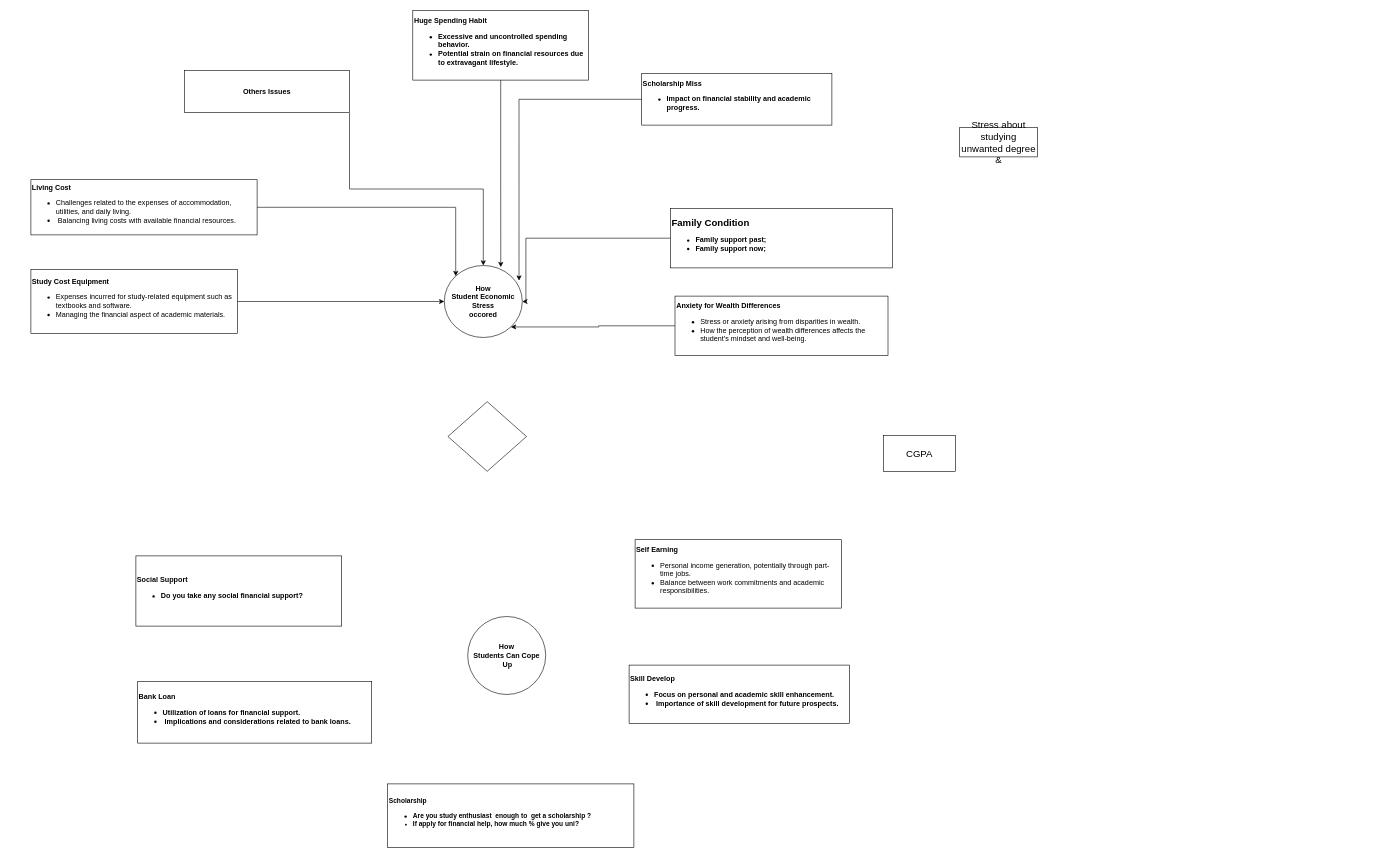
axif0/thesis keeps this draw.io diagram as thesis.drawio. Above is the earlier version. Source tidied: cells renumbered, new cells numbered last; positions are measured from the earlier drawing's top-left corner, leaving out a move shared by most shapes. Both pictures are drawn from the tidied source at 60%, with x=0, y=0 at pixel (31, 10).
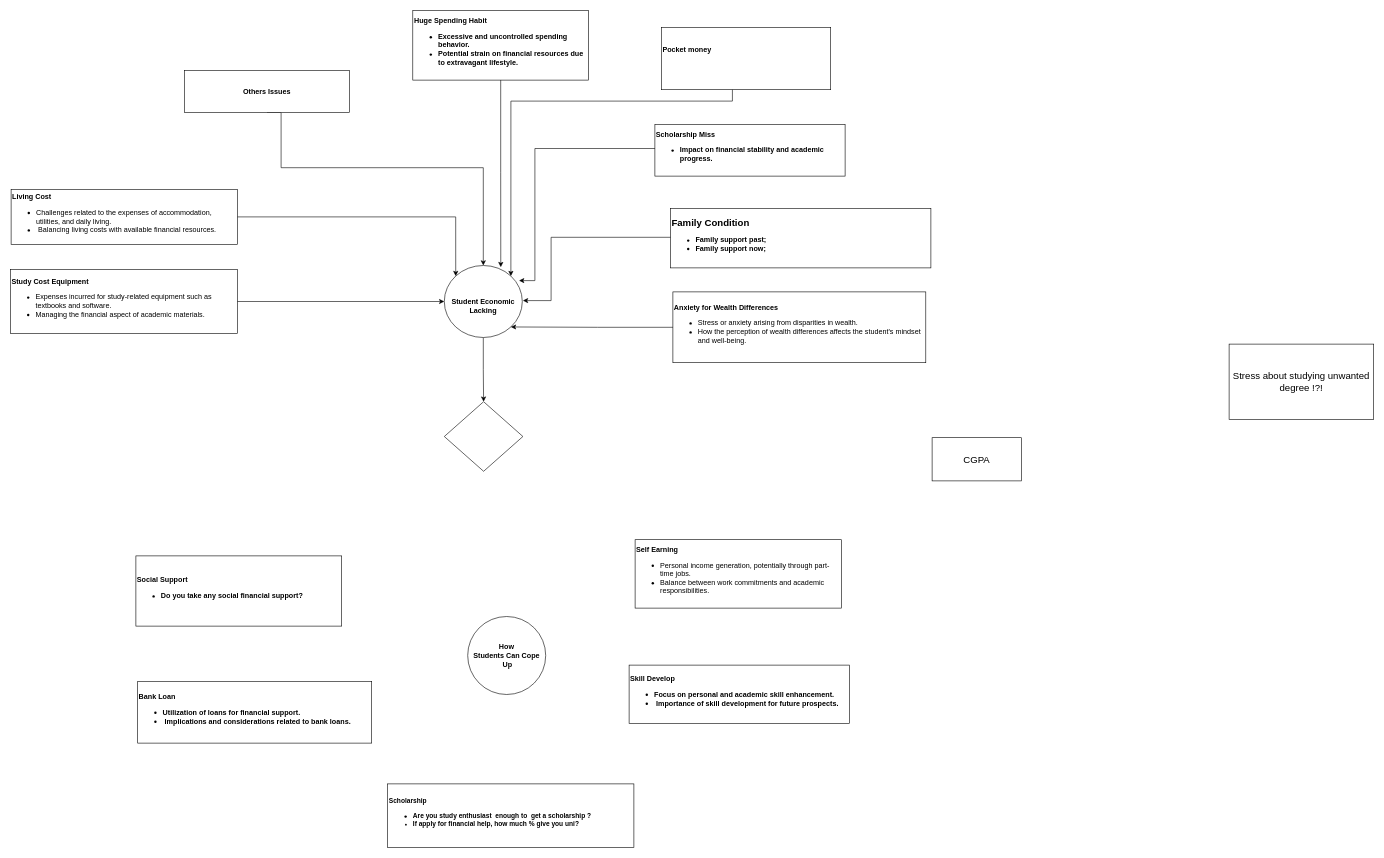
The same diagram, later.

The change refers to these unchanged cells:
```xml
<mxCell id="4" value="&lt;b&gt;Others Issues&lt;/b&gt;" style="rounded=0;whiteSpace=wrap;html=1;" parent="1" vertex="1">
  <mxGeometry x="256" y="100" width="275" height="70" as="geometry" />
</mxCell>
```

Change to the diagram source:
```diff
@@
+    <mxCell id="26" style="edgeStyle=orthogonalEdgeStyle;rounded=0;jettySize=auto;html=1;entryX=0.5;entryY=0;entryDx=0;entryDy=0;" parent="1" edge="1" source="2" target="20">
+      <mxGeometry relative="1" as="geometry" />
+    </mxCell>
-    <mxCell id="2" value="&lt;b&gt;How&lt;br&gt;Student Economic Stress&lt;br&gt;occored&lt;br&gt;&lt;/b&gt;" style="ellipse;whiteSpace=wrap;html=1;" parent="1" vertex="1">
+    <mxCell id="2" value="&lt;b&gt;&lt;br&gt;Student Economic Lacking&lt;br&gt;&lt;/b&gt;" style="ellipse;whiteSpace=wrap;html=1;" parent="1" vertex="1">
       <mxGeometry x="689" y="425" width="130" height="120" as="geometry" />
     </mxCell>
-    <mxCell id="3" style="edgeStyle=orthogonalEdgeStyle;rounded=0;jettySize=auto;html=1;exitX=1;exitY=1;exitDx=0;exitDy=0;" parent="1" edge="1" source="4" target="2">
-      <mxGeometry relative="1" as="geometry" />
+    <mxCell id="3" style="edgeStyle=orthogonalEdgeStyle;rounded=0;jettySize=auto;html=1;exitX=0.5;exitY=1;exitDx=0;exitDy=0;" parent="1" edge="1" source="4" target="2">
+      <mxGeometry relative="1" as="geometry">
+        <Array as="points">
+          <mxPoint x="417" y="170" />
+          <mxPoint x="417" y="262" />
+          <mxPoint x="754" y="262" />
+        </Array>
+      </mxGeometry>
     </mxCell>
@@
     <mxCell id="6" value="&lt;b&gt;Scholarship Miss&lt;/b&gt;&lt;br&gt;&lt;ul&gt;&lt;li&gt;&lt;b&gt;Impact on financial stability and academic progress.&lt;/b&gt;&lt;/li&gt;&lt;/ul&gt;" style="rounded=0;whiteSpace=wrap;html=1;align=left;" parent="1" vertex="1">
-      <mxGeometry x="1018" y="105" width="317" height="86" as="geometry" />
+      <mxGeometry x="1040" y="190" width="317" height="86" as="geometry" />
     </mxCell>
@@
     <mxCell id="8" value="&lt;b&gt;Living Cost&lt;/b&gt;&lt;br&gt;&lt;ul&gt;&lt;li&gt;Challenges related to the expenses of accommodation, utilities, and daily living.&lt;/li&gt;&lt;li&gt;&amp;nbsp;Balancing living costs with available financial resources.&lt;/li&gt;&lt;/ul&gt;" style="rounded=0;whiteSpace=wrap;html=1;align=left;" parent="1" vertex="1">
-      <mxGeometry y="282" width="377" height="92" as="geometry" />
+      <mxGeometry x="-33" y="298" width="377" height="92" as="geometry" />
     </mxCell>
-    <mxCell id="9" style="edgeStyle=orthogonalEdgeStyle;rounded=0;jettySize=auto;html=1;" parent="1" edge="1" source="10" target="2">
+    <mxCell id="9" style="edgeStyle=orthogonalEdgeStyle;rounded=0;orthogonalLoop=1;jettySize=auto;html=1;" parent="1" edge="1">
       <mxGeometry relative="1" as="geometry">
+        <mxPoint x="1067" y="378" as="sourcePoint" />
+        <mxPoint x="820" y="483.5" as="targetPoint" />
         <Array as="points">
-          <mxPoint x="825" y="380" />
-          <mxPoint x="825" y="485" />
+          <mxPoint x="867" y="378" />
+          <mxPoint x="867" y="484" />
         </Array>
       </mxGeometry>
     </mxCell>
     <mxCell id="10" value="&lt;b style=&quot;&quot;&gt;&lt;span style=&quot;font-size: 16px;&quot;&gt;Family Condition&amp;nbsp;&lt;/span&gt;&lt;br&gt;&lt;ul&gt;&lt;li&gt;&lt;span style=&quot;background-color: transparent; font-family: Arial, sans-serif;&quot;&gt;Family support past;&amp;nbsp;&lt;/span&gt;&lt;br&gt;&lt;/li&gt;&lt;li&gt;&lt;span style=&quot;font-family: Arial, sans-serif; background-color: transparent; font-variant-numeric: normal; font-variant-east-asian: normal; font-variant-alternates: normal; font-variant-position: normal; vertical-align: baseline;&quot;&gt;&lt;font style=&quot;font-size: 12px;&quot;&gt;Family support now;&amp;nbsp;&lt;/font&gt;&lt;/span&gt;&lt;/li&gt;&lt;/ul&gt;&lt;/b&gt;&lt;p style=&quot;line-height: 1.8; margin-left: 144pt; margin-top: 0pt; margin-bottom: 0pt;&quot; dir=&quot;ltr&quot;&gt;&lt;/p&gt;&lt;p style=&quot;line-height: 1.8; margin-left: 144pt; margin-top: 0pt; margin-bottom: 0pt;&quot; dir=&quot;ltr&quot;&gt;&lt;/p&gt;&lt;div style=&quot;&quot;&gt;&lt;/div&gt;&lt;p style=&quot;&quot;&gt;&lt;/p&gt;&lt;p&gt;&lt;/p&gt;&lt;span id=&quot;docs-internal-guid-e3f19381-7fff-3e35-3ddc-5be22db2a7ea&quot;&gt;&lt;/span&gt;" style="rounded=0;whiteSpace=wrap;html=1;align=left;" parent="1" vertex="1">
-      <mxGeometry x="1066" y="330" width="370" height="99" as="geometry" />
+      <mxGeometry x="1066" y="330" width="434" height="99" as="geometry" />
     </mxCell>
     <mxCell id="11" value="&lt;b&gt;Anxiety for Wealth Differences&amp;nbsp;&lt;br&gt;&lt;/b&gt;&lt;ul&gt;&lt;li&gt;Stress or anxiety arising from disparities in wealth.&amp;nbsp;&lt;/li&gt;&lt;li&gt;How the perception of wealth differences affects the student's mindset and well-being.&lt;/li&gt;&lt;/ul&gt;" style="rounded=0;whiteSpace=wrap;html=1;align=left;" parent="1" vertex="1">
-      <mxGeometry x="1073.5" y="476" width="355" height="99" as="geometry" />
+      <mxGeometry x="1070" y="469" width="421.5" height="118" as="geometry" />
     </mxCell>
@@
     <mxCell id="13" value="&lt;b&gt;Study Cost Equipment&lt;/b&gt;&lt;br&gt;&lt;ul&gt;&lt;li&gt;Expenses incurred for study-related equipment such as textbooks and software.&amp;nbsp;&lt;/li&gt;&lt;li&gt;Managing the financial aspect of academic materials.&lt;/li&gt;&lt;/ul&gt;" style="rounded=0;whiteSpace=wrap;html=1;align=left;" parent="1" vertex="1">
-      <mxGeometry y="431.5" width="344" height="107" as="geometry" />
+      <mxGeometry x="-34" y="431.5" width="378" height="107" as="geometry" />
     </mxCell>
@@
     <mxCell id="20" style="rhombus;whiteSpace=wrap;html=1;" parent="1" vertex="1">
-      <mxGeometry x="695" y="652" width="131" height="116" as="geometry" />
+      <mxGeometry x="689" y="652" width="131" height="116" as="geometry" />
     </mxCell>
@@
     <mxCell id="23" style="edgeStyle=orthogonalEdgeStyle;rounded=0;jettySize=auto;html=1;entryX=0.958;entryY=0.21;entryDx=0;entryDy=0;entryPerimeter=0;" parent="1" edge="1" source="6" target="2">
-      <mxGeometry relative="1" as="geometry" />
+      <mxGeometry relative="1" as="geometry">
+        <Array as="points">
+          <mxPoint x="840" y="230" />
+          <mxPoint x="840" y="450" />
+        </Array>
+      </mxGeometry>
     </mxCell>
     <mxCell id="24" value="CGPA" style="rounded=0;whiteSpace=wrap;html=1;fontSize=16;" parent="1" vertex="1">
-      <mxGeometry x="1421" y="708" width="120" height="60" as="geometry" />
+      <mxGeometry x="1502" y="712" width="149" height="72" as="geometry" />
     </mxCell>
-    <mxCell id="25" value="Stress about studying unwanted degree &amp;amp;" style="rounded=0;whiteSpace=wrap;html=1;fontSize=16;direction=south;" parent="1" vertex="1">
-      <mxGeometry x="1548" y="195" width="130" height="49" as="geometry" />
+    <mxCell id="25" value="Stress about studying unwanted degree !?!" style="rounded=0;whiteSpace=wrap;html=1;fontSize=16;direction=south;" parent="1" vertex="1">
+      <mxGeometry x="1997" y="556" width="241" height="126" as="geometry" />
     </mxCell>
+    <mxCell id="27" style="edgeStyle=orthogonalEdgeStyle;rounded=0;jettySize=auto;html=1;entryX=1;entryY=0;entryDx=0;entryDy=0;" parent="1" edge="1" target="2">
+      <mxGeometry relative="1" as="geometry">
+        <mxPoint x="1169.2" y="113" as="sourcePoint" />
+        <Array as="points">
+          <mxPoint x="1169" y="151" />
+          <mxPoint x="800" y="151" />
+        </Array>
+      </mxGeometry>
+    </mxCell>
+    <mxCell id="28" value="&lt;b&gt;Pocket money&lt;br&gt;&lt;br&gt;&lt;br&gt;&lt;/b&gt;" style="rounded=0;whiteSpace=wrap;html=1;align=left;" parent="1" vertex="1">
+      <mxGeometry x="1051" y="28" width="282" height="104" as="geometry" />
+    </mxCell>
```
